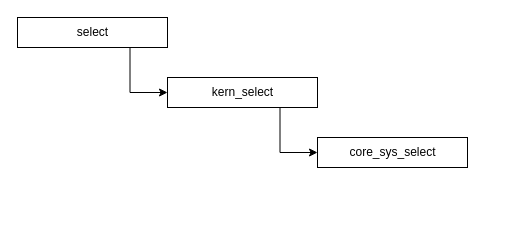
The draw.io diagram linux/kernel/select/select-4.19.drawio in popany/notes, before the edit. Source tidied: cells renumbered, new cells numbered last; positions are measured from the earlier drawing's top-left corner, leaving out a move shared by most shapes. Both pictures are drawn from the tidied source at 100%, with x=0, y=0 at pixel (17, 17).
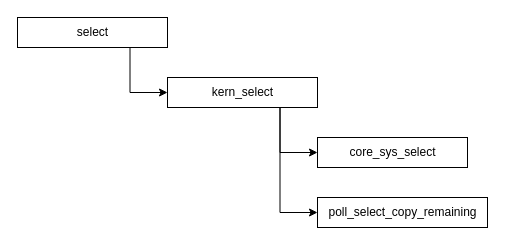
Above is the later version.

What changed in the source:
```diff
@@
 <mxGraphModel>
   <root>
     <mxCell id="0" />
     <mxCell id="1" parent="0" />
     <mxCell id="2" style="edgeStyle=orthogonalEdgeStyle;rounded=0;jettySize=auto;html=1;exitX=0.75;exitY=1;exitDx=0;exitDy=0;entryX=0;entryY=0.5;entryDx=0;entryDy=0;" parent="1" edge="1" source="3" target="5">
       <mxGeometry relative="1" as="geometry" />
     </mxCell>
     <mxCell id="3" value="select" style="html=1;" parent="1" vertex="1">
       <mxGeometry width="150" height="30" as="geometry" />
     </mxCell>
     <mxCell id="4" style="edgeStyle=orthogonalEdgeStyle;rounded=0;jettySize=auto;html=1;exitX=0.75;exitY=1;exitDx=0;exitDy=0;entryX=0;entryY=0.5;entryDx=0;entryDy=0;" parent="1" edge="1" source="5" target="6">
       <mxGeometry relative="1" as="geometry" />
     </mxCell>
+    <mxCell id="7" style="edgeStyle=orthogonalEdgeStyle;rounded=0;jettySize=auto;html=1;exitX=0.75;exitY=1;exitDx=0;exitDy=0;entryX=0;entryY=0.5;entryDx=0;entryDy=0;" parent="1" edge="1" source="5" target="8">
+      <mxGeometry relative="1" as="geometry" />
+    </mxCell>
     <mxCell id="5" value="kern_select" style="html=1;" parent="1" vertex="1">
       <mxGeometry x="150" y="60" width="150" height="30" as="geometry" />
     </mxCell>
     <mxCell id="6" value="core_sys_select" style="html=1;" parent="1" vertex="1">
       <mxGeometry x="300" y="120" width="150" height="30" as="geometry" />
     </mxCell>
+    <mxCell id="8" value="poll_select_copy_remaining" style="html=1;" parent="1" vertex="1">
+      <mxGeometry x="300" y="180" width="170" height="30" as="geometry" />
+    </mxCell>
   </root>
 </mxGraphModel>
```
